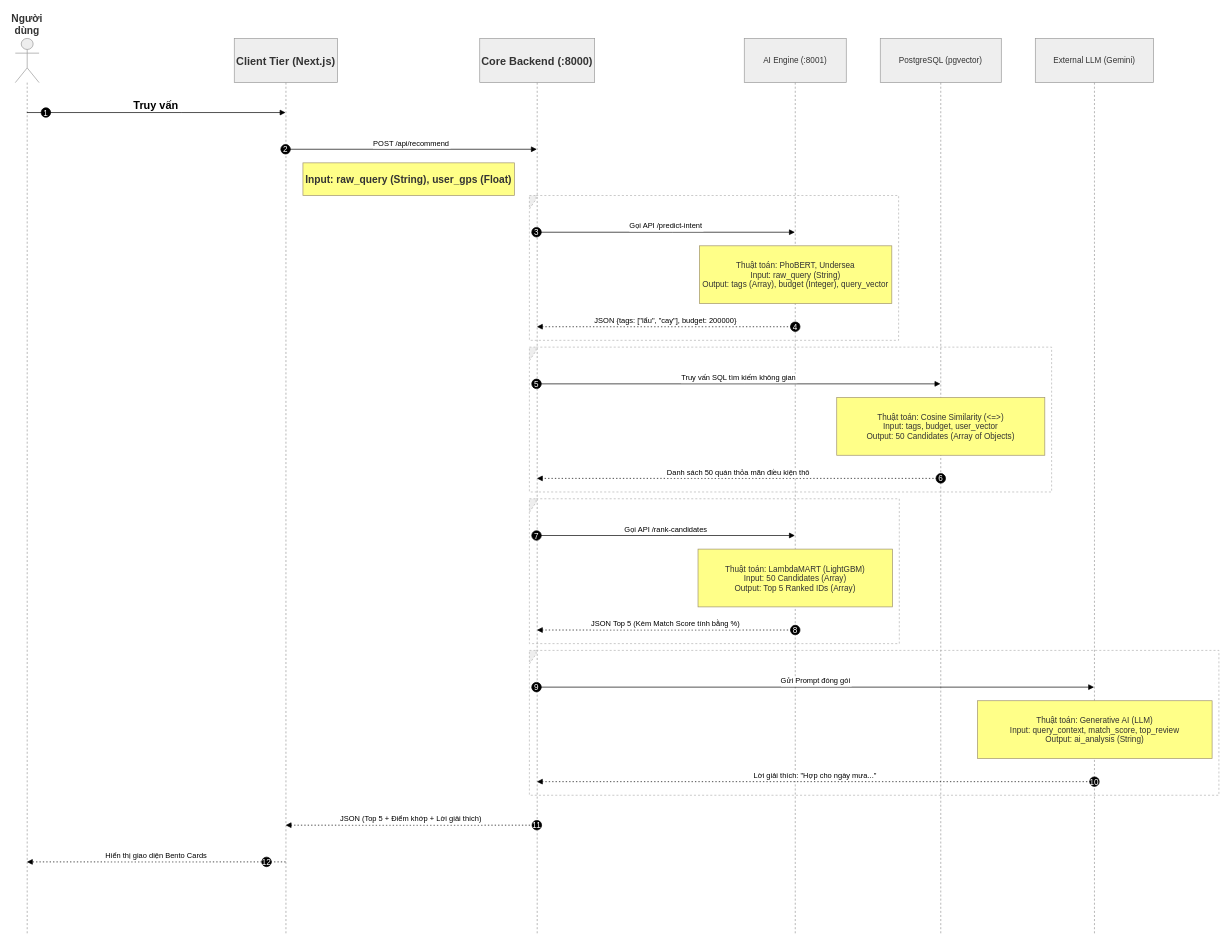
Above: page "Trang-1" (1 of 2) of docs/Sequence/happy_path.drawio in NguyenDuyHao-cheems/Smart_Travel_System_Food_Recommend (draw.io), before the change. Source tidied: cells renumbered, new cells numbered last; positions are measured from the earlier drawing's top-left corner, leaving out a move shared by most shapes. Both pictures are drawn from the tidied source at 68%, with x=0, y=0 at pixel (15, 38).
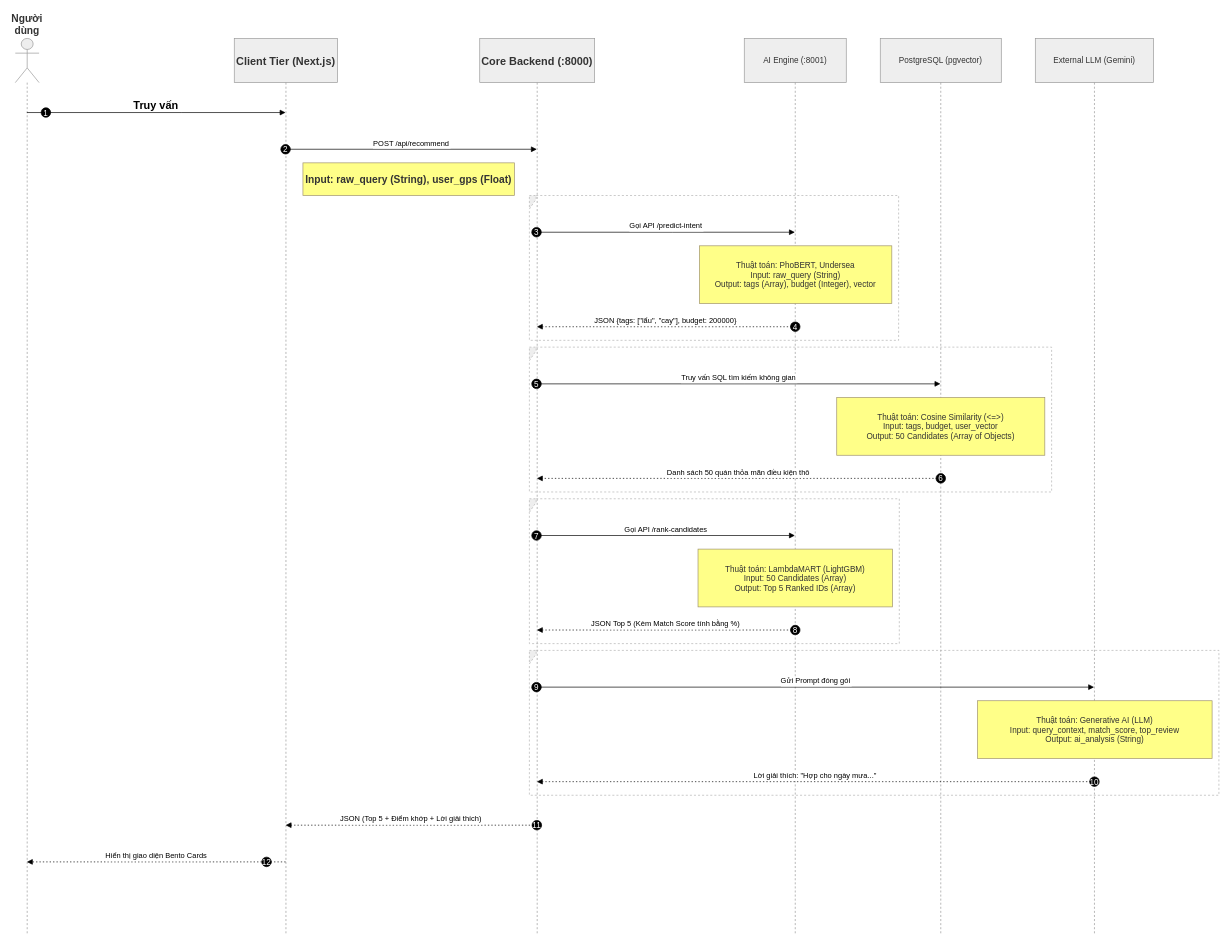
The same diagram, later.

Change to the diagram source:
```diff
@@
-    <mxCell id="41" value="Thuật toán: PhoBERT, Undersea&#10;Input: raw_query (String)&#10;Output: tags (Array), budget (Integer), query_vector" style="fillColor=#ffff88;strokeColor=#9E916F;fontColor=light-dark(#333333,#cccccc);" parent="1" vertex="1">
+    <mxCell id="41" value="Thuật toán: PhoBERT, Undersea&#10;Input: raw_query (String)&#10;Output: tags (Array), budget (Integer), vector" style="fillColor=#ffff88;strokeColor=#9E916F;fontColor=light-dark(#333333,#cccccc);" parent="1" vertex="1">
       <mxGeometry x="1006" y="305" width="283" height="85" as="geometry" />
     </mxCell>
```
